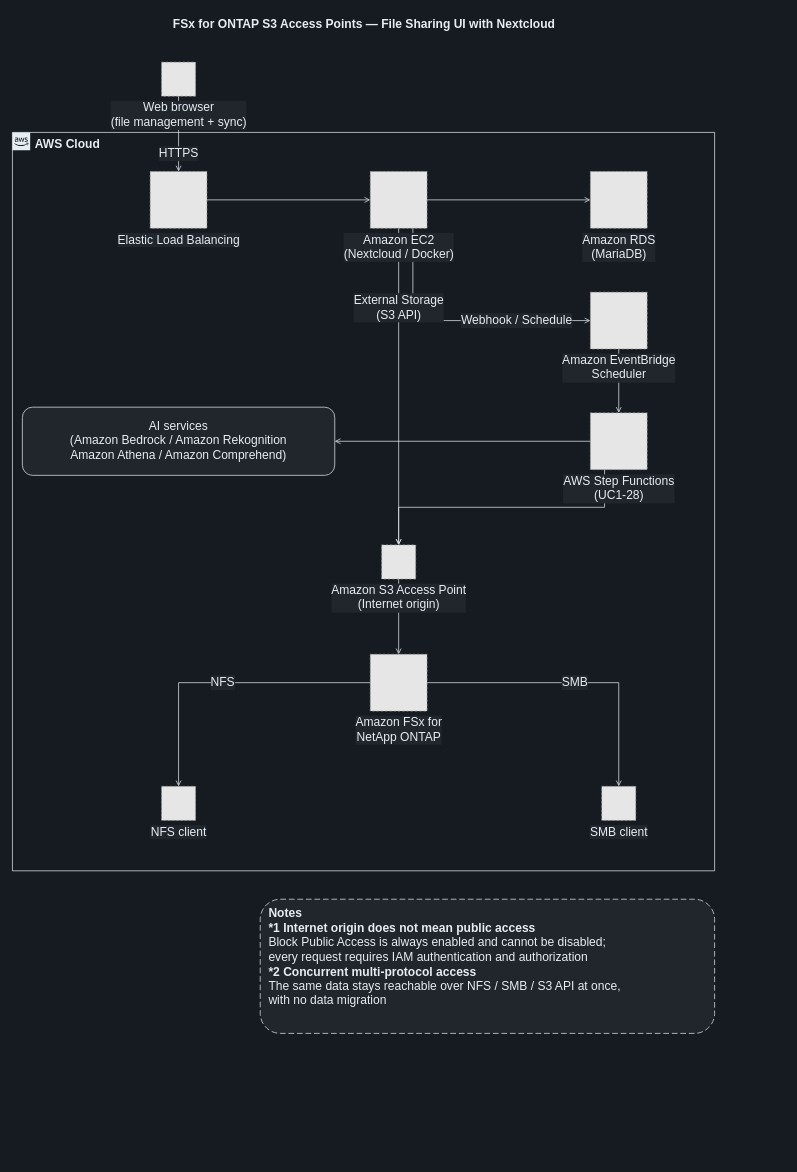
Above: docs/diagrams/dark/nextcloud-external-storage-en.drawio in Yoshiki0705/FSx-for-ONTAP-S3AccessPoints-Serverless-Patterns (draw.io), before the change. Source tidied: cells renumbered, new cells numbered last; positions are measured from the earlier drawing's top-left corner, leaving out a move shared by most shapes. Both pictures are drawn from the tidied source at 71%, with x=0, y=0 at pixel (12, 12). Pictures stored in the file or linked from it are replaced by grey dashed boxes.
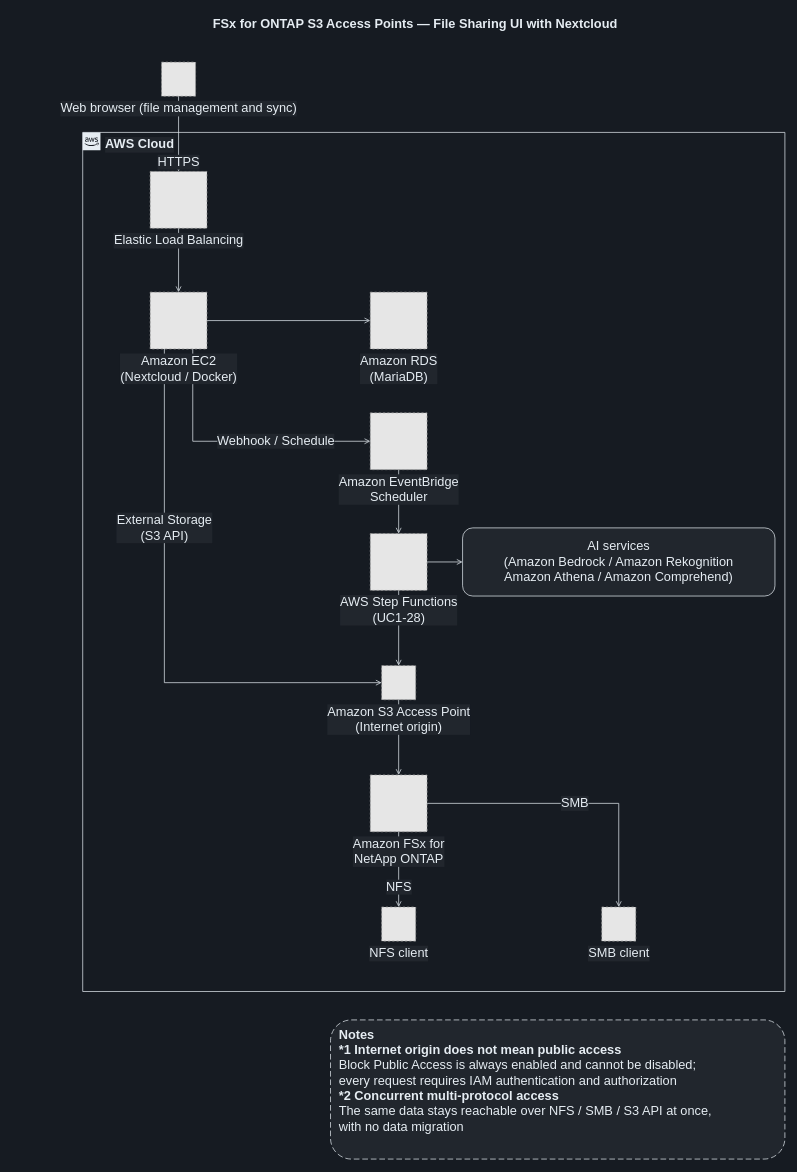
The same page after the edit.

What changed in the source:
```diff
@@
-    <mxCell id="2" value="FSx for ONTAP S3 Access Points — File Sharing UI with Nextcloud" style="text;html=1;align=center;verticalAlign=middle;fontSize=17;fontStyle=1;fontColor=#E6EDF3;" parent="1" vertex="1">
-      <mxGeometry width="989" height="34" as="geometry" />
+    <mxCell id="2" value="FSx for ONTAP S3 Access Points — File Sharing UI with Nextcloud" style="text;html=1;align=center;verticalAlign=middle;fontSize=18;fontStyle=1;fontColor=#E6EDF3;" parent="1" vertex="1">
+      <mxGeometry x="46" width="1042" height="34" as="geometry" />
     </mxCell>
-    <mxCell id="3" value="AWS Cloud" style="gradientColor=none;html=1;whiteSpace=wrap;fontSize=17;fontStyle=1;shape=mxgraph.aws4.group;grIcon=mxgraph.aws4.group_aws_cloud_alt;strokeColor=#E6EDF3;fillColor=none;verticalAlign=top;align=left;spacingLeft=30;fontColor=#E6EDF3;dashed=0;" parent="1" vertex="1">
-      <mxGeometry y="169" width="989" height="1040" as="geometry" />
-    </mxCell>
-    <mxCell id="4" value="HTTPS" style="edgeStyle=orthogonalEdgeStyle;rounded=0;jettySize=auto;html=1;endArrow=open;endFill=0;strokeColor=#E6EDF3;strokeWidth=1;fontSize=17;fontColor=#E6EDF3;labelBackgroundColor=#21262D;" parent="1" edge="1" source="15" target="17">
+    <mxCell id="4" value="HTTPS" style="edgeStyle=orthogonalEdgeStyle;rounded=0;jettySize=auto;html=1;endArrow=open;endFill=0;strokeColor=#E6EDF3;strokeWidth=1;fontSize=18;fontColor=#E6EDF3;labelBackgroundColor=#21262D;" parent="1" edge="1" source="15" target="17">
       <mxGeometry relative="1" as="geometry">
-        <mxPoint y="28" as="offset" />
+        <mxPoint y="40" as="offset" />
       </mxGeometry>
     </mxCell>
-    <mxCell id="5" style="edgeStyle=orthogonalEdgeStyle;rounded=0;jettySize=auto;html=1;endArrow=open;endFill=0;strokeColor=#E6EDF3;strokeWidth=1;fontSize=17;fontColor=#E6EDF3;labelBackgroundColor=#21262D;" parent="1" edge="1" source="17" target="18">
+    <mxCell id="5" style="edgeStyle=orthogonalEdgeStyle;rounded=0;jettySize=auto;html=1;endArrow=open;endFill=0;strokeColor=#E6EDF3;strokeWidth=1;fontSize=18;fontColor=#E6EDF3;labelBackgroundColor=#21262D;" parent="1" edge="1" source="17" target="18">
       <mxGeometry relative="1" as="geometry" />
     </mxCell>
-    <mxCell id="6" style="edgeStyle=orthogonalEdgeStyle;rounded=0;jettySize=auto;html=1;endArrow=open;endFill=0;strokeColor=#E6EDF3;strokeWidth=1;fontSize=17;fontColor=#E6EDF3;labelBackgroundColor=#21262D;" parent="1" edge="1" source="18" target="16">
+    <mxCell id="6" style="edgeStyle=orthogonalEdgeStyle;rounded=0;jettySize=auto;html=1;endArrow=open;endFill=0;strokeColor=#E6EDF3;strokeWidth=1;fontSize=18;fontColor=#E6EDF3;labelBackgroundColor=#21262D;" parent="1" edge="1" source="18" target="16">
       <mxGeometry relative="1" as="geometry" />
     </mxCell>
-    <mxCell id="7" value="Webhook / Schedule" style="edgeStyle=orthogonalEdgeStyle;rounded=0;jettySize=auto;html=1;endArrow=open;endFill=0;strokeColor=#E6EDF3;strokeWidth=1;fontSize=17;fontColor=#E6EDF3;labelBackgroundColor=#21262D;exitX=0.75;exitY=1;exitDx=0;exitDy=0;entryX=0;entryY=0.5;entryDx=0;entryDy=0;" parent="1" edge="1" source="18" target="19">
-      <mxGeometry x="0.45" relative="1" as="geometry" />
+    <mxCell id="7" value="Webhook / Schedule" style="edgeStyle=orthogonalEdgeStyle;rounded=0;jettySize=auto;html=1;endArrow=open;endFill=0;strokeColor=#E6EDF3;strokeWidth=1;fontSize=18;fontColor=#E6EDF3;labelBackgroundColor=#21262D;exitX=0.75;exitY=1;exitDx=0;exitDy=0;entryX=0;entryY=0.5;entryDx=0;entryDy=0;" parent="1" edge="1" source="18" target="19">
+      <mxGeometry x="0.3" relative="1" as="geometry" />
     </mxCell>
-    <mxCell id="8" style="edgeStyle=orthogonalEdgeStyle;rounded=0;jettySize=auto;html=1;endArrow=open;endFill=0;strokeColor=#E6EDF3;strokeWidth=1;fontSize=17;fontColor=#E6EDF3;labelBackgroundColor=#21262D;" parent="1" edge="1" source="19" target="21">
+    <mxCell id="8" style="edgeStyle=orthogonalEdgeStyle;rounded=0;jettySize=auto;html=1;endArrow=open;endFill=0;strokeColor=#E6EDF3;strokeWidth=1;fontSize=18;fontColor=#E6EDF3;labelBackgroundColor=#21262D;" parent="1" edge="1" source="19" target="21">
       <mxGeometry relative="1" as="geometry" />
     </mxCell>
-    <mxCell id="9" style="edgeStyle=orthogonalEdgeStyle;rounded=0;jettySize=auto;html=1;endArrow=open;endFill=0;strokeColor=#E6EDF3;strokeWidth=1;fontSize=17;fontColor=#E6EDF3;labelBackgroundColor=#21262D;" parent="1" edge="1" source="21" target="20">
+    <mxCell id="9" style="edgeStyle=orthogonalEdgeStyle;rounded=0;jettySize=auto;html=1;endArrow=open;endFill=0;strokeColor=#E6EDF3;strokeWidth=1;fontSize=18;fontColor=#E6EDF3;labelBackgroundColor=#21262D;" parent="1" edge="1" source="21" target="20">
       <mxGeometry relative="1" as="geometry" />
     </mxCell>
-    <mxCell id="10" style="edgeStyle=orthogonalEdgeStyle;rounded=0;jettySize=auto;html=1;endArrow=open;endFill=0;strokeColor=#E6EDF3;strokeWidth=1;fontSize=17;fontColor=#E6EDF3;labelBackgroundColor=#21262D;exitX=0.25;exitY=1;exitDx=0;exitDy=0;" parent="1" edge="1" source="21" target="22">
+    <mxCell id="10" style="edgeStyle=orthogonalEdgeStyle;rounded=0;jettySize=auto;html=1;endArrow=open;endFill=0;strokeColor=#E6EDF3;strokeWidth=1;fontSize=18;fontColor=#E6EDF3;labelBackgroundColor=#21262D;" parent="1" edge="1" source="21" target="22">
       <mxGeometry relative="1" as="geometry" />
     </mxCell>
-    <mxCell id="11" value="External Storage&lt;br&gt;(S3 API)" style="edgeStyle=orthogonalEdgeStyle;rounded=0;jettySize=auto;html=1;endArrow=open;endFill=0;strokeColor=#E6EDF3;strokeWidth=1;fontSize=17;fontColor=#E6EDF3;labelBackgroundColor=#21262D;" parent="1" edge="1" source="18" target="22">
-      <mxGeometry x="-0.5" relative="1" as="geometry" />
+    <mxCell id="11" value="External Storage&lt;br&gt;(S3 API)" style="edgeStyle=orthogonalEdgeStyle;rounded=0;jettySize=auto;html=1;endArrow=open;endFill=0;strokeColor=#E6EDF3;strokeWidth=1;fontSize=18;fontColor=#E6EDF3;labelBackgroundColor=#21262D;exitX=0.25;exitY=1;exitDx=0;exitDy=0;entryX=0;entryY=0.5;entryDx=0;entryDy=0;" parent="1" edge="1" source="18" target="22">
+      <mxGeometry x="-0.35" relative="1" as="geometry" />
     </mxCell>
-    <mxCell id="12" style="edgeStyle=orthogonalEdgeStyle;rounded=0;jettySize=auto;html=1;endArrow=open;endFill=0;strokeColor=#E6EDF3;strokeWidth=1;fontSize=17;fontColor=#E6EDF3;labelBackgroundColor=#21262D;" parent="1" edge="1" source="22" target="23">
+    <mxCell id="12" style="edgeStyle=orthogonalEdgeStyle;rounded=0;jettySize=auto;html=1;endArrow=open;endFill=0;strokeColor=#E6EDF3;strokeWidth=1;fontSize=18;fontColor=#E6EDF3;labelBackgroundColor=#21262D;" parent="1" edge="1" source="22" target="23">
       <mxGeometry relative="1" as="geometry" />
     </mxCell>
-    <mxCell id="13" value="NFS" style="edgeStyle=orthogonalEdgeStyle;rounded=0;jettySize=auto;html=1;endArrow=open;endFill=0;strokeColor=#E6EDF3;strokeWidth=1;fontSize=17;fontColor=#E6EDF3;labelBackgroundColor=#21262D;" parent="1" edge="1" source="23" target="24">
-      <mxGeometry relative="1" as="geometry" />
+    <mxCell id="13" value="NFS" style="edgeStyle=orthogonalEdgeStyle;rounded=0;jettySize=auto;html=1;endArrow=open;endFill=0;strokeColor=#E6EDF3;strokeWidth=1;fontSize=18;fontColor=#E6EDF3;labelBackgroundColor=#21262D;" parent="1" edge="1" source="23" target="24">
+      <mxGeometry relative="1" as="geometry">
+        <mxPoint y="25" as="offset" />
+      </mxGeometry>
     </mxCell>
-    <mxCell id="14" value="SMB" style="edgeStyle=orthogonalEdgeStyle;rounded=0;jettySize=auto;html=1;endArrow=open;endFill=0;strokeColor=#E6EDF3;strokeWidth=1;fontSize=17;fontColor=#E6EDF3;labelBackgroundColor=#21262D;" parent="1" edge="1" source="23" target="25">
+    <mxCell id="14" value="SMB" style="edgeStyle=orthogonalEdgeStyle;rounded=0;jettySize=auto;html=1;endArrow=open;endFill=0;strokeColor=#E6EDF3;strokeWidth=1;fontSize=18;fontColor=#E6EDF3;labelBackgroundColor=#21262D;" parent="1" edge="1" source="23" target="25">
       <mxGeometry relative="1" as="geometry" />
     </mxCell>
+    <mxCell id="3" value="AWS Cloud" style="gradientColor=none;html=1;whiteSpace=wrap;fontSize=18;fontStyle=1;shape=mxgraph.aws4.group;grIcon=mxgraph.aws4.group_aws_cloud_alt;strokeColor=#E6EDF3;fillColor=none;verticalAlign=top;align=left;spacingLeft=30;fontColor=#E6EDF3;dashed=0;labelBackgroundColor=#21262D;" parent="1" vertex="1">
+      <mxGeometry x="99" y="169" width="989" height="1210" as="geometry" />
+    </mxCell>
-    <mxCell id="15" value="Web browser&lt;br&gt;(file management + sync)" style="fillColor=#E6E6E6;strokeColor=#999999;dashed=1;html=1;verticalLabelPosition=bottom;verticalAlign=top;labelPosition=center;align=center;fontSize=17;fontColor=#E6EDF3;labelBackgroundColor=#21262D;" parent="1" vertex="1">
+    <mxCell id="15" value="Web browser (file management and sync)" style="fillColor=#E6E6E6;strokeColor=#999999;dashed=1;html=1;verticalLabelPosition=bottom;verticalAlign=top;labelPosition=center;align=center;fontSize=18;fontColor=#E6EDF3;labelBackgroundColor=#21262D;" parent="1" vertex="1">
       <mxGeometry x="210" y="70" width="48" height="48" as="geometry" />
     </mxCell>
-    <mxCell id="16" value="Amazon RDS&lt;br&gt;(MariaDB)" style="fillColor=#E6E6E6;strokeColor=#999999;dashed=1;html=1;verticalLabelPosition=bottom;verticalAlign=top;labelPosition=center;align=center;fontSize=17;fontColor=#E6EDF3;labelBackgroundColor=#21262D;" parent="1" vertex="1">
-      <mxGeometry x="814" y="224" width="80" height="80" as="geometry" />
-    </mxCell>
-    <mxCell id="17" value="Elastic Load Balancing" style="fillColor=#E6E6E6;strokeColor=#999999;dashed=1;html=1;verticalLabelPosition=bottom;verticalAlign=top;labelPosition=center;align=center;fontSize=17;fontColor=#E6EDF3;labelBackgroundColor=#21262D;" parent="1" vertex="1">
+    <mxCell id="17" value="Elastic Load Balancing" style="fillColor=#E6E6E6;strokeColor=#999999;dashed=1;html=1;verticalLabelPosition=bottom;verticalAlign=top;labelPosition=center;align=center;fontSize=18;fontColor=#E6EDF3;labelBackgroundColor=#21262D;" parent="1" vertex="1">
       <mxGeometry x="194" y="224" width="80" height="80" as="geometry" />
     </mxCell>
-    <mxCell id="18" value="Amazon EC2&lt;br&gt;(Nextcloud / Docker)" style="fillColor=#E6E6E6;strokeColor=#999999;dashed=1;html=1;verticalLabelPosition=bottom;verticalAlign=top;labelPosition=center;align=center;fontSize=17;fontColor=#E6EDF3;labelBackgroundColor=#21262D;" parent="1" vertex="1">
-      <mxGeometry x="504" y="224" width="80" height="80" as="geometry" />
+    <mxCell id="18" value="Amazon EC2&lt;br&gt;(Nextcloud / Docker)" style="fillColor=#E6E6E6;strokeColor=#999999;dashed=1;html=1;verticalLabelPosition=bottom;verticalAlign=top;labelPosition=center;align=center;fontSize=18;fontColor=#E6EDF3;labelBackgroundColor=#21262D;" parent="1" vertex="1">
+      <mxGeometry x="194" y="394" width="80" height="80" as="geometry" />
     </mxCell>
+    <mxCell id="16" value="Amazon RDS&lt;br&gt;(MariaDB)" style="fillColor=#E6E6E6;strokeColor=#999999;dashed=1;html=1;verticalLabelPosition=bottom;verticalAlign=top;labelPosition=center;align=center;fontSize=18;fontColor=#E6EDF3;labelBackgroundColor=#21262D;" parent="1" vertex="1">
+      <mxGeometry x="504" y="394" width="80" height="80" as="geometry" />
+    </mxCell>
-    <mxCell id="19" value="Amazon EventBridge&lt;br&gt;Scheduler" style="fillColor=#E6E6E6;strokeColor=#999999;dashed=1;html=1;verticalLabelPosition=bottom;verticalAlign=top;labelPosition=center;align=center;fontSize=17;fontColor=#E6EDF3;labelBackgroundColor=#21262D;" parent="1" vertex="1">
-      <mxGeometry x="814" y="394" width="80" height="80" as="geometry" />
+    <mxCell id="19" value="Amazon EventBridge&lt;br&gt;Scheduler" style="fillColor=#E6E6E6;strokeColor=#999999;dashed=1;html=1;verticalLabelPosition=bottom;verticalAlign=top;labelPosition=center;align=center;fontSize=18;fontColor=#E6EDF3;labelBackgroundColor=#21262D;" parent="1" vertex="1">
+      <mxGeometry x="504" y="564" width="80" height="80" as="geometry" />
     </mxCell>
+    <mxCell id="21" value="AWS Step Functions&lt;br&gt;(UC1-28)" style="fillColor=#E6E6E6;strokeColor=#999999;dashed=1;html=1;verticalLabelPosition=bottom;verticalAlign=top;labelPosition=center;align=center;fontSize=18;fontColor=#E6EDF3;labelBackgroundColor=#21262D;" parent="1" vertex="1">
+      <mxGeometry x="504" y="734" width="80" height="80" as="geometry" />
+    </mxCell>
-    <mxCell id="20" value="AI services&lt;br&gt;(Amazon Bedrock / Amazon Rekognition&lt;br&gt;Amazon Athena / Amazon Comprehend)" style="rounded=1;whiteSpace=wrap;html=1;dashed=0;strokeColor=#E6EDF3;fillColor=#21262D;align=center;verticalAlign=middle;fontSize=17;fontColor=#E6EDF3;" parent="1" vertex="1">
-      <mxGeometry x="14" y="556" width="440" height="96" as="geometry" />
+    <mxCell id="20" value="AI services&lt;br&gt;(Amazon Bedrock / Amazon Rekognition&lt;br&gt;Amazon Athena / Amazon Comprehend)" style="rounded=1;whiteSpace=wrap;html=1;dashed=0;strokeColor=#E6EDF3;fillColor=#21262D;align=center;verticalAlign=middle;fontSize=18;fontColor=#E6EDF3;" parent="1" vertex="1">
+      <mxGeometry x="634" y="726" width="440" height="96" as="geometry" />
     </mxCell>
-    <mxCell id="21" value="AWS Step Functions&lt;br&gt;(UC1-28)" style="fillColor=#E6E6E6;strokeColor=#999999;dashed=1;html=1;verticalLabelPosition=bottom;verticalAlign=top;labelPosition=center;align=center;fontSize=17;fontColor=#E6EDF3;labelBackgroundColor=#21262D;" parent="1" vertex="1">
-      <mxGeometry x="814" y="564" width="80" height="80" as="geometry" />
-    </mxCell>
-    <mxCell id="22" value="Amazon S3 Access Point&lt;br&gt;(Internet origin)" style="fillColor=#E6E6E6;strokeColor=#999999;dashed=1;html=1;verticalLabelPosition=bottom;verticalAlign=top;labelPosition=center;align=center;fontSize=17;fontColor=#E6EDF3;labelBackgroundColor=#21262D;" parent="1" vertex="1">
-      <mxGeometry x="520" y="750" width="48" height="48" as="geometry" />
+    <mxCell id="22" value="Amazon S3 Access Point&lt;br&gt;(Internet origin)" style="fillColor=#E6E6E6;strokeColor=#999999;dashed=1;html=1;verticalLabelPosition=bottom;verticalAlign=top;labelPosition=center;align=center;fontSize=18;fontColor=#E6EDF3;labelBackgroundColor=#21262D;" parent="1" vertex="1">
+      <mxGeometry x="520" y="920" width="48" height="48" as="geometry" />
     </mxCell>
-    <mxCell id="23" value="Amazon FSx for&lt;br&gt;NetApp ONTAP" style="fillColor=#E6E6E6;strokeColor=#999999;dashed=1;html=1;verticalLabelPosition=bottom;verticalAlign=top;labelPosition=center;align=center;fontSize=17;fontColor=#E6EDF3;labelBackgroundColor=#21262D;" parent="1" vertex="1">
-      <mxGeometry x="504" y="904" width="80" height="80" as="geometry" />
+    <mxCell id="23" value="Amazon FSx for&lt;br&gt;NetApp ONTAP" style="fillColor=#E6E6E6;strokeColor=#999999;dashed=1;html=1;verticalLabelPosition=bottom;verticalAlign=top;labelPosition=center;align=center;fontSize=18;fontColor=#E6EDF3;labelBackgroundColor=#21262D;" parent="1" vertex="1">
+      <mxGeometry x="504" y="1074" width="80" height="80" as="geometry" />
     </mxCell>
-    <mxCell id="24" value="NFS client" style="fillColor=#E6E6E6;strokeColor=#999999;dashed=1;html=1;verticalLabelPosition=bottom;verticalAlign=top;labelPosition=center;align=center;fontSize=17;fontColor=#E6EDF3;labelBackgroundColor=#21262D;" parent="1" vertex="1">
-      <mxGeometry x="210" y="1090" width="48" height="48" as="geometry" />
+    <mxCell id="24" value="NFS client" style="fillColor=#E6E6E6;strokeColor=#999999;dashed=1;html=1;verticalLabelPosition=bottom;verticalAlign=top;labelPosition=center;align=center;fontSize=18;fontColor=#E6EDF3;labelBackgroundColor=#21262D;" parent="1" vertex="1">
+      <mxGeometry x="520" y="1260" width="48" height="48" as="geometry" />
     </mxCell>
-    <mxCell id="25" value="SMB client" style="fillColor=#E6E6E6;strokeColor=#999999;dashed=1;html=1;verticalLabelPosition=bottom;verticalAlign=top;labelPosition=center;align=center;fontSize=17;fontColor=#E6EDF3;labelBackgroundColor=#21262D;" parent="1" vertex="1">
-      <mxGeometry x="830" y="1090" width="48" height="48" as="geometry" />
+    <mxCell id="25" value="SMB client" style="fillColor=#E6E6E6;strokeColor=#999999;dashed=1;html=1;verticalLabelPosition=bottom;verticalAlign=top;labelPosition=center;align=center;fontSize=18;fontColor=#E6EDF3;labelBackgroundColor=#21262D;" parent="1" vertex="1">
+      <mxGeometry x="830" y="1260" width="48" height="48" as="geometry" />
     </mxCell>
-    <mxCell id="26" value="&lt;b&gt;Notes&lt;/b&gt;&lt;br&gt;&lt;b&gt;*1 Internet origin does not mean public access&lt;/b&gt;&lt;br&gt;Block Public Access is always enabled and cannot be disabled;&lt;br&gt;every request requires IAM authentication and authorization&lt;br&gt;&lt;b&gt;*2 Concurrent multi-protocol access&lt;/b&gt;&lt;br&gt;The same data stays reachable over NFS / SMB / S3 API at once,&lt;br&gt;with no data migration" style="rounded=1;whiteSpace=wrap;html=1;dashed=1;dashPattern=8 4;strokeColor=#E6EDF3;fillColor=#21262D;align=left;verticalAlign=top;spacingLeft=10;spacingTop=4;fontSize=17;fontColor=#E6EDF3;" parent="1" vertex="1">
-      <mxGeometry x="349" y="1249" width="640" height="189" as="geometry" />
+    <mxCell id="26" value="&lt;b&gt;Notes&lt;/b&gt;&lt;br&gt;&lt;b&gt;*1 Internet origin does not mean public access&lt;/b&gt;&lt;br&gt;Block Public Access is always enabled and cannot be disabled;&lt;br&gt;every request requires IAM authentication and authorization&lt;br&gt;&lt;b&gt;*2 Concurrent multi-protocol access&lt;/b&gt;&lt;br&gt;The same data stays reachable over NFS / SMB / S3 API at once,&lt;br&gt;with no data migration" style="rounded=1;whiteSpace=wrap;html=1;dashed=1;dashPattern=8 4;strokeColor=#E6EDF3;fillColor=#21262D;align=left;verticalAlign=top;spacingLeft=10;spacingTop=4;fontSize=18;fontColor=#E6EDF3;" parent="1" vertex="1">
+      <mxGeometry x="448" y="1419" width="640" height="196" as="geometry" />
     </mxCell>
```
